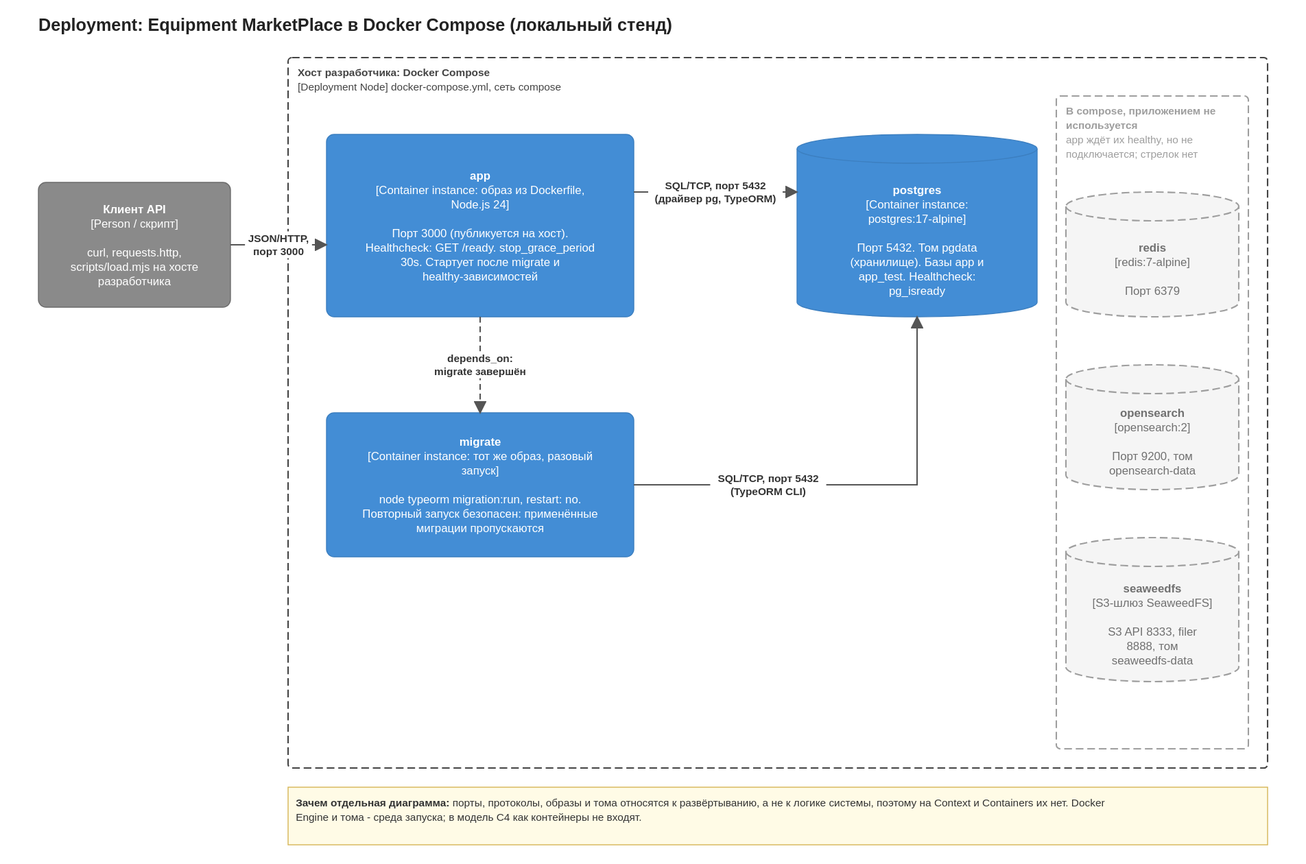
Above: docs/architecture/Deployment - Docker Compose.drawio.svg in Elaman19/system-design (draw.io), before the change. Source tidied: cells renumbered, new cells last; positions are measured from the earlier drawing's top-left corner, leaving out a move shared by most shapes.
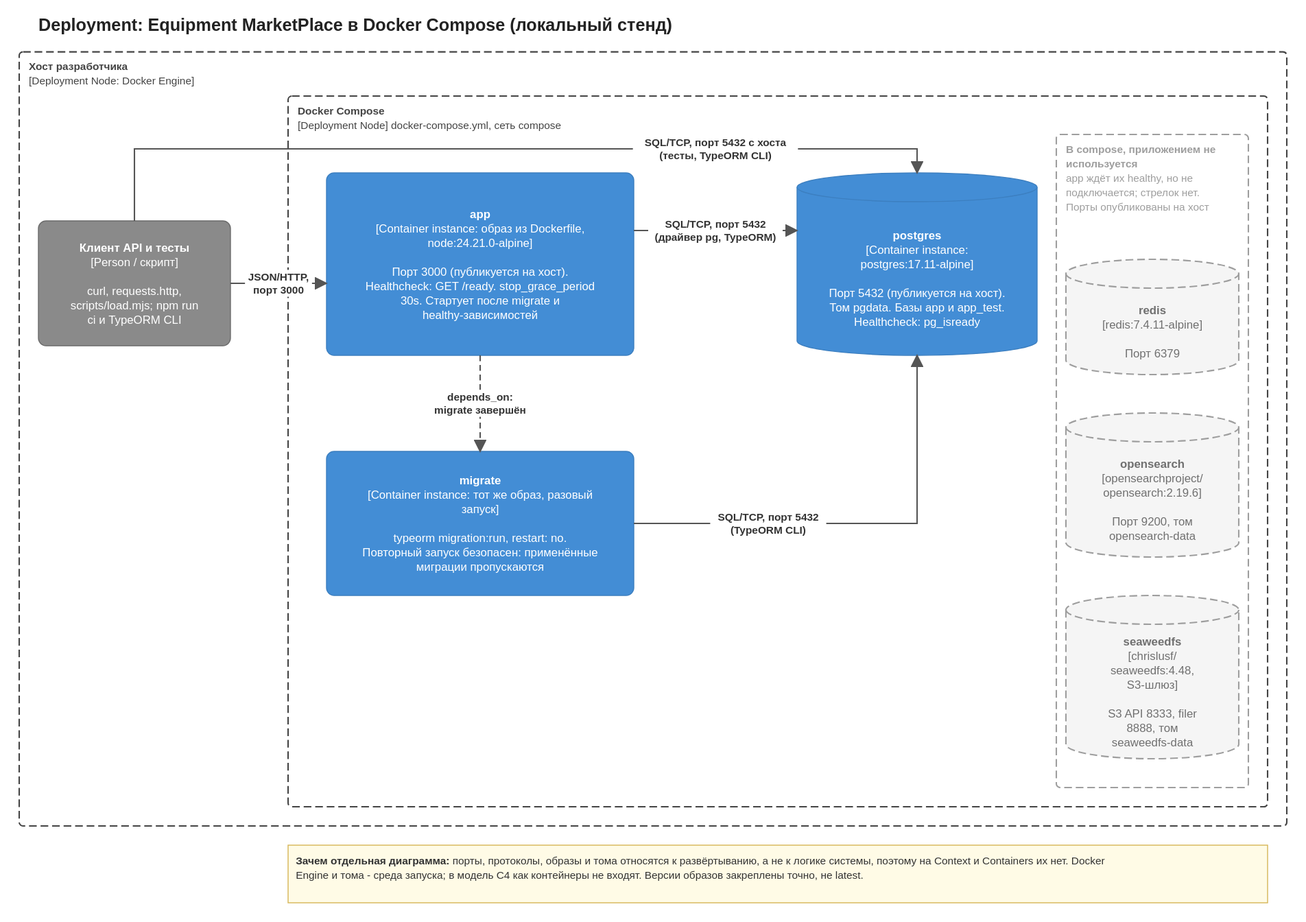
The same diagram one commit later.

The edit, as a diff of the source:
```diff
@@ -2,42 +2,53 @@
   <root>
     <mxCell id="0" />
     <mxCell id="1" value="Deployment - Docker Compose" parent="0" />
+    <mxCell id="17" value="&lt;b&gt;Хост разработчика&lt;/b&gt;&lt;br&gt;[Deployment Node: Docker Engine]" style="fontFamily=Helvetica;html=1;whiteSpace=wrap;fontSize=12;rounded=1;arcSize=2;fillColor=none;strokeWidth=1.5;fontSize=11;align=left;spacing=10;strokeColor=#444444;fontColor=#444444;verticalAlign=top;dashed=1;dashPattern=8 4;" parent="1" vertex="1">
+      <mxGeometry x="-20" width="1320" height="806" as="geometry" />
+    </mxCell>
-    <mxCell id="2" value="&lt;b&gt;Хост разработчика: Docker Compose&lt;/b&gt;&lt;br&gt;[Deployment Node] docker-compose.yml, сеть compose" style="fontFamily=Helvetica;html=1;whiteSpace=wrap;fontSize=12;rounded=1;arcSize=2;fillColor=none;strokeWidth=1.5;fontSize=11;align=left;spacing=10;strokeColor=#444444;fontColor=#444444;verticalAlign=top;dashed=1;dashPattern=8 4;" parent="1" vertex="1">
+    <mxCell id="2" value="&lt;b&gt;Docker Compose&lt;/b&gt;&lt;br&gt;[Deployment Node] docker-compose.yml, сеть compose" style="fontFamily=Helvetica;html=1;whiteSpace=wrap;fontSize=12;rounded=1;arcSize=2;fillColor=none;strokeWidth=1.5;fontSize=11;align=left;spacing=10;strokeColor=#444444;fontColor=#444444;verticalAlign=top;dashed=1;dashPattern=8 4;" parent="1" vertex="1">
       <mxGeometry x="260" y="46" width="1020" height="740" as="geometry" />
     </mxCell>
-    <mxCell id="3" value="&lt;b&gt;В compose, приложением не используется&lt;/b&gt;&lt;br&gt;app ждёт их healthy, но не подключается; стрелок нет" style="fontFamily=Helvetica;html=1;whiteSpace=wrap;fontSize=12;rounded=1;arcSize=2;fillColor=none;strokeWidth=1.5;fontSize=11;align=left;spacing=10;strokeColor=#9e9e9e;fontColor=#9e9e9e;verticalAlign=top;dashed=1;dashPattern=8 4;" parent="1" vertex="1">
+    <mxCell id="3" value="&lt;b&gt;В compose, приложением не используется&lt;/b&gt;&lt;br&gt;app ждёт их healthy, но не подключается; стрелок нет. Порты опубликованы на хост" style="fontFamily=Helvetica;html=1;whiteSpace=wrap;fontSize=12;rounded=1;arcSize=2;fillColor=none;strokeWidth=1.5;fontSize=11;align=left;spacing=10;strokeColor=#9e9e9e;fontColor=#9e9e9e;verticalAlign=top;dashed=1;dashPattern=8 4;" parent="1" vertex="1">
       <mxGeometry x="1060" y="86" width="200" height="680" as="geometry" />
     </mxCell>
     <mxCell id="4" value="&lt;b&gt;Deployment: Equipment MarketPlace в Docker Compose (локальный стенд)&lt;/b&gt;" style="fontFamily=Helvetica;html=1;whiteSpace=wrap;text;fontSize=18;align=left;verticalAlign=top;fontColor=#222222;" parent="1" vertex="1">
-      <mxGeometry width="1280" height="30" as="geometry" />
+      <mxGeometry y="-40" width="1280" height="30" as="geometry" />
     </mxCell>
-    <mxCell id="5" value="&lt;b&gt;Клиент API&lt;/b&gt;&lt;br&gt;[Person / скрипт]&lt;br&gt;&lt;br&gt;curl, requests.http, scripts/load.mjs на хосте разработчика" style="fontFamily=Helvetica;html=1;whiteSpace=wrap;fontSize=12;rounded=1;arcSize=8;fillColor=#8a8a8a;strokeColor=#6b6b6b;fontColor=#ffffff;" parent="1" vertex="1">
+    <mxCell id="5" value="&lt;b&gt;Клиент API и тесты&lt;/b&gt;&lt;br&gt;[Person / скрипт]&lt;br&gt;&lt;br&gt;curl, requests.http, scripts/load.mjs; npm run ci и TypeORM CLI" style="fontFamily=Helvetica;html=1;whiteSpace=wrap;fontSize=12;rounded=1;arcSize=8;fillColor=#8a8a8a;strokeColor=#6b6b6b;fontColor=#ffffff;" parent="1" vertex="1">
       <mxGeometry y="176" width="200" height="130" as="geometry" />
     </mxCell>
-    <mxCell id="6" value="&lt;b&gt;app&lt;/b&gt;&lt;br&gt;[Container instance: образ из Dockerfile, Node.js 24]&lt;br&gt;&lt;br&gt;Порт 3000 (публикуется на хост). Healthcheck: GET /ready. stop_grace_period 30s. Стартует после migrate и healthy-зависимостей" style="fontFamily=Helvetica;html=1;whiteSpace=wrap;fontSize=12;rounded=1;arcSize=8;fillColor=#438dd5;strokeColor=#3c7fc0;fontColor=#ffffff;" parent="1" vertex="1">
+    <mxCell id="6" value="&lt;b&gt;app&lt;/b&gt;&lt;br&gt;[Container instance: образ из Dockerfile, node:24.21.0-alpine]&lt;br&gt;&lt;br&gt;Порт 3000 (публикуется на хост). Healthcheck: GET /ready. stop_grace_period 30s. Стартует после migrate и healthy-зависимостей" style="fontFamily=Helvetica;html=1;whiteSpace=wrap;fontSize=12;rounded=1;arcSize=8;fillColor=#438dd5;strokeColor=#3c7fc0;fontColor=#ffffff;" parent="1" vertex="1">
       <mxGeometry x="300" y="126" width="320" height="190" as="geometry" />
     </mxCell>
-    <mxCell id="7" value="&lt;b&gt;migrate&lt;/b&gt;&lt;br&gt;[Container instance: тот же образ, разовый запуск]&lt;br&gt;&lt;br&gt;node typeorm migration:run, restart: no. Повторный запуск безопасен: применённые миграции пропускаются" style="fontFamily=Helvetica;html=1;whiteSpace=wrap;fontSize=12;rounded=1;arcSize=8;fillColor=#438dd5;strokeColor=#3c7fc0;fontColor=#ffffff;" parent="1" vertex="1">
+    <mxCell id="7" value="&lt;b&gt;migrate&lt;/b&gt;&lt;br&gt;[Container instance: тот же образ, разовый запуск]&lt;br&gt;&lt;br&gt;typeorm migration:run, restart: no. Повторный запуск безопасен: применённые миграции пропускаются" style="fontFamily=Helvetica;html=1;whiteSpace=wrap;fontSize=12;rounded=1;arcSize=8;fillColor=#438dd5;strokeColor=#3c7fc0;fontColor=#ffffff;" parent="1" vertex="1">
       <mxGeometry x="300" y="416" width="320" height="150" as="geometry" />
     </mxCell>
-    <mxCell id="8" value="&lt;b&gt;postgres&lt;/b&gt;&lt;br&gt;[Container instance: postgres:17-alpine]&lt;br&gt;&lt;br&gt;Порт 5432. Том pgdata (хранилище). Базы app и app_test. Healthcheck: pg_isready" style="fontFamily=Helvetica;html=1;whiteSpace=wrap;fontSize=12;shape=cylinder3;boundedLbl=1;backgroundOutline=1;size=15;fillColor=#438dd5;strokeColor=#3c7fc0;fontColor=#ffffff;" parent="1" vertex="1">
+    <mxCell id="8" value="&lt;b&gt;postgres&lt;/b&gt;&lt;br&gt;[Container instance: postgres:17.11-alpine]&lt;br&gt;&lt;br&gt;Порт 5432 (публикуется на хост). Том pgdata. Базы app и app_test. Healthcheck: pg_isready" style="fontFamily=Helvetica;html=1;whiteSpace=wrap;fontSize=12;shape=cylinder3;boundedLbl=1;backgroundOutline=1;size=15;fillColor=#438dd5;strokeColor=#3c7fc0;fontColor=#ffffff;" parent="1" vertex="1">
       <mxGeometry x="790" y="126" width="250" height="190" as="geometry" />
     </mxCell>
-    <mxCell id="9" value="&lt;b&gt;redis&lt;/b&gt;&lt;br&gt;[redis:7-alpine]&lt;br&gt;&lt;br&gt;Порт 6379" style="fontFamily=Helvetica;html=1;whiteSpace=wrap;fontSize=12;shape=cylinder3;boundedLbl=1;backgroundOutline=1;size=15;fillColor=#f5f5f5;strokeColor=#9e9e9e;fontColor=#707070;dashed=1;dashPattern=8 4;strokeWidth=1.5;" parent="1" vertex="1">
-      <mxGeometry x="1070" y="186" width="180" height="130" as="geometry" />
+    <mxCell id="9" value="&lt;b&gt;redis&lt;/b&gt;&lt;br&gt;[redis:7.4.11-alpine]&lt;br&gt;&lt;br&gt;Порт 6379" style="fontFamily=Helvetica;html=1;whiteSpace=wrap;fontSize=12;shape=cylinder3;boundedLbl=1;backgroundOutline=1;size=15;fillColor=#f5f5f5;strokeColor=#9e9e9e;fontColor=#707070;dashed=1;dashPattern=8 4;strokeWidth=1.5;" parent="1" vertex="1">
+      <mxGeometry x="1070" y="216" width="180" height="120" as="geometry" />
     </mxCell>
-    <mxCell id="10" value="&lt;b&gt;opensearch&lt;/b&gt;&lt;br&gt;[opensearch:2]&lt;br&gt;&lt;br&gt;Порт 9200, том opensearch-data" style="fontFamily=Helvetica;html=1;whiteSpace=wrap;fontSize=12;shape=cylinder3;boundedLbl=1;backgroundOutline=1;size=15;fillColor=#f5f5f5;strokeColor=#9e9e9e;fontColor=#707070;dashed=1;dashPattern=8 4;strokeWidth=1.5;" parent="1" vertex="1">
-      <mxGeometry x="1070" y="366" width="180" height="130" as="geometry" />
+    <mxCell id="10" value="&lt;b&gt;opensearch&lt;/b&gt;&lt;br&gt;[opensearchproject/ opensearch:2.19.6]&lt;br&gt;&lt;br&gt;Порт 9200, том opensearch-data" style="fontFamily=Helvetica;html=1;whiteSpace=wrap;fontSize=12;shape=cylinder3;boundedLbl=1;backgroundOutline=1;size=15;fillColor=#f5f5f5;strokeColor=#9e9e9e;fontColor=#707070;dashed=1;dashPattern=8 4;strokeWidth=1.5;" parent="1" vertex="1">
+      <mxGeometry x="1070" y="376" width="180" height="150" as="geometry" />
     </mxCell>
-    <mxCell id="11" value="&lt;b&gt;seaweedfs&lt;/b&gt;&lt;br&gt;[S3-шлюз SeaweedFS]&lt;br&gt;&lt;br&gt;S3 API 8333, filer 8888, том seaweedfs-data" style="fontFamily=Helvetica;html=1;whiteSpace=wrap;fontSize=12;shape=cylinder3;boundedLbl=1;backgroundOutline=1;size=15;fillColor=#f5f5f5;strokeColor=#9e9e9e;fontColor=#707070;dashed=1;dashPattern=8 4;strokeWidth=1.5;" parent="1" vertex="1">
-      <mxGeometry x="1070" y="546" width="180" height="150" as="geometry" />
+    <mxCell id="11" value="&lt;b&gt;seaweedfs&lt;/b&gt;&lt;br&gt;[chrislusf/ seaweedfs:4.48, S3-шлюз]&lt;br&gt;&lt;br&gt;S3 API 8333, filer 8888, том seaweedfs-data" style="fontFamily=Helvetica;html=1;whiteSpace=wrap;fontSize=12;shape=cylinder3;boundedLbl=1;backgroundOutline=1;size=15;fillColor=#f5f5f5;strokeColor=#9e9e9e;fontColor=#707070;dashed=1;dashPattern=8 4;strokeWidth=1.5;" parent="1" vertex="1">
+      <mxGeometry x="1070" y="566" width="180" height="170" as="geometry" />
     </mxCell>
-    <mxCell id="12" value="&lt;b&gt;Зачем отдельная диаграмма:&lt;/b&gt;порты, протоколы, образы и тома относятся к развёртыванию, а не к логике системы, поэтому на Context и Containers их нет. Docker Engine и тома - среда запуска; в модель C4 как контейнеры не входят." style="fontFamily=Helvetica;html=1;whiteSpace=wrap;fontSize=12;rounded=0;fillColor=#fffbe6;strokeColor=#d6b656;fontColor=#333333;align=left;verticalAlign=top;spacing=8;fontSize=11;" parent="1" vertex="1">
-      <mxGeometry x="260" y="806" width="1020" height="60" as="geometry" />
+    <mxCell id="12" value="&lt;b&gt;Зачем отдельная диаграмма:&lt;/b&gt;порты, протоколы, образы и тома относятся к развёртыванию, а не к логике системы, поэтому на Context и Containers их нет. Docker Engine и тома - среда запуска; в модель C4 как контейнеры не входят. Версии образов закреплены точно, не latest." style="fontFamily=Helvetica;html=1;whiteSpace=wrap;fontSize=12;rounded=0;fillColor=#fffbe6;strokeColor=#d6b656;fontColor=#333333;align=left;verticalAlign=top;spacing=8;fontSize=11;" parent="1" vertex="1">
+      <mxGeometry x="260" y="826" width="1020" height="60" as="geometry" />
     </mxCell>
     <mxCell id="13" value="&lt;b&gt;JSON/HTTP,&lt;br&gt;порт 3000&lt;/b&gt;" style="fontFamily=Helvetica;html=1;whiteSpace=wrap;fontSize=11;rounded=0;endArrow=blockThin;endFill=1;strokeColor=#555555;strokeWidth=1.5;fontColor=#333333;labelBackgroundColor=#ffffff;exitX=1.0;exitY=0.5;entryX=0.0;entryY=0.605;" parent="1" edge="1" source="5" target="6">
       <mxGeometry relative="1" as="geometry" />
     </mxCell>
+    <mxCell id="18" value="&lt;b&gt;SQL/TCP, порт 5432 с хоста&lt;br&gt;(тесты, TypeORM CLI)&lt;/b&gt;" style="fontFamily=Helvetica;html=1;whiteSpace=wrap;fontSize=11;rounded=0;endArrow=blockThin;endFill=1;strokeColor=#555555;strokeWidth=1.5;fontColor=#333333;labelBackgroundColor=#ffffff;exitX=0.5;exitY=0.0;entryX=0.5;entryY=0.0;" parent="1" edge="1" source="5" target="8">
+      <mxGeometry x="0.49" relative="1" as="geometry">
+        <Array as="points">
+          <mxPoint x="100" y="101" />
+          <mxPoint x="915" y="101" />
+        </Array>
+      </mxGeometry>
+    </mxCell>
     <mxCell id="14" value="&lt;b&gt;SQL/TCP, порт 5432&lt;br&gt;(драйвер pg, TypeORM)&lt;/b&gt;" style="fontFamily=Helvetica;html=1;whiteSpace=wrap;fontSize=11;rounded=0;endArrow=blockThin;endFill=1;strokeColor=#555555;strokeWidth=1.5;fontColor=#333333;labelBackgroundColor=#ffffff;exitX=1.0;exitY=0.316;entryX=0.0;entryY=0.316;" parent="1" edge="1" source="6" target="8">
       <mxGeometry relative="1" as="geometry" />
     </mxCell>
```
